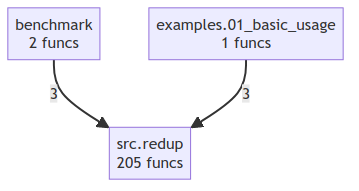
Earlier version of the Mermaid export project/compact_flow.png (semcod/redup). Its source is kept beside it as project/compact_flow.mmd.
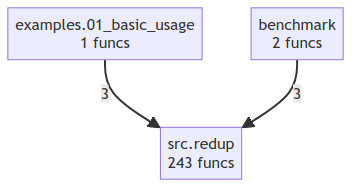
Later version of the same file.

What changed in the source:
```diff
@@ -1,6 +1,6 @@
 flowchart TD
     benchmark["benchmark<br/>2 funcs"]
     examples_01_basic_usage["examples.01_basic_usage<br/>1 funcs"]
-    src_redup["src.redup<br/>205 funcs"]
+    src_redup["src.redup<br/>243 funcs"]
+    examples_01_basic_usage -->|3| src_redup
     benchmark -->|3| src_redup
-    examples_01_basic_usage -->|3| src_redup
```
